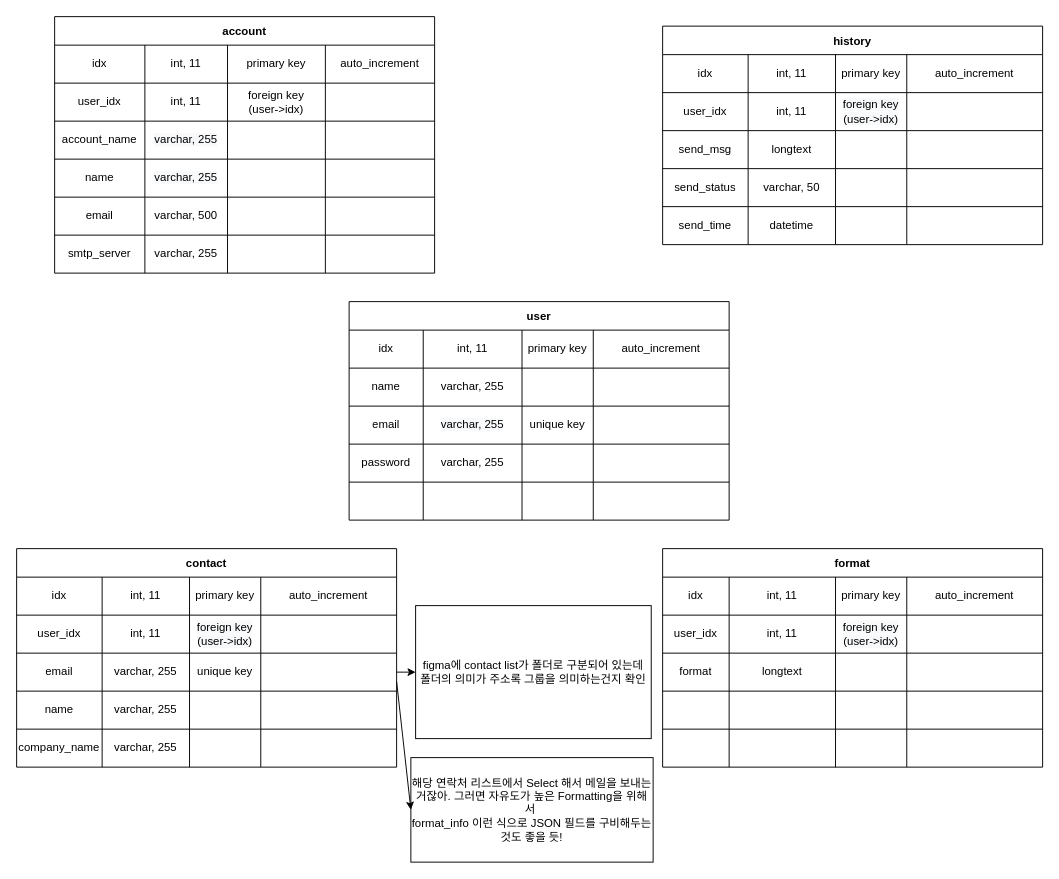
Earlier version of the draw.io diagram mail-sender.drawio (mail-sender/mail_sender_back). Source tidied: cells renumbered, new cells numbered last; positions are measured from the earlier drawing's top-left corner, leaving out a move shared by most shapes. Both pictures are drawn from the tidied source at 95%, with x=0, y=0 at pixel (16, 16).
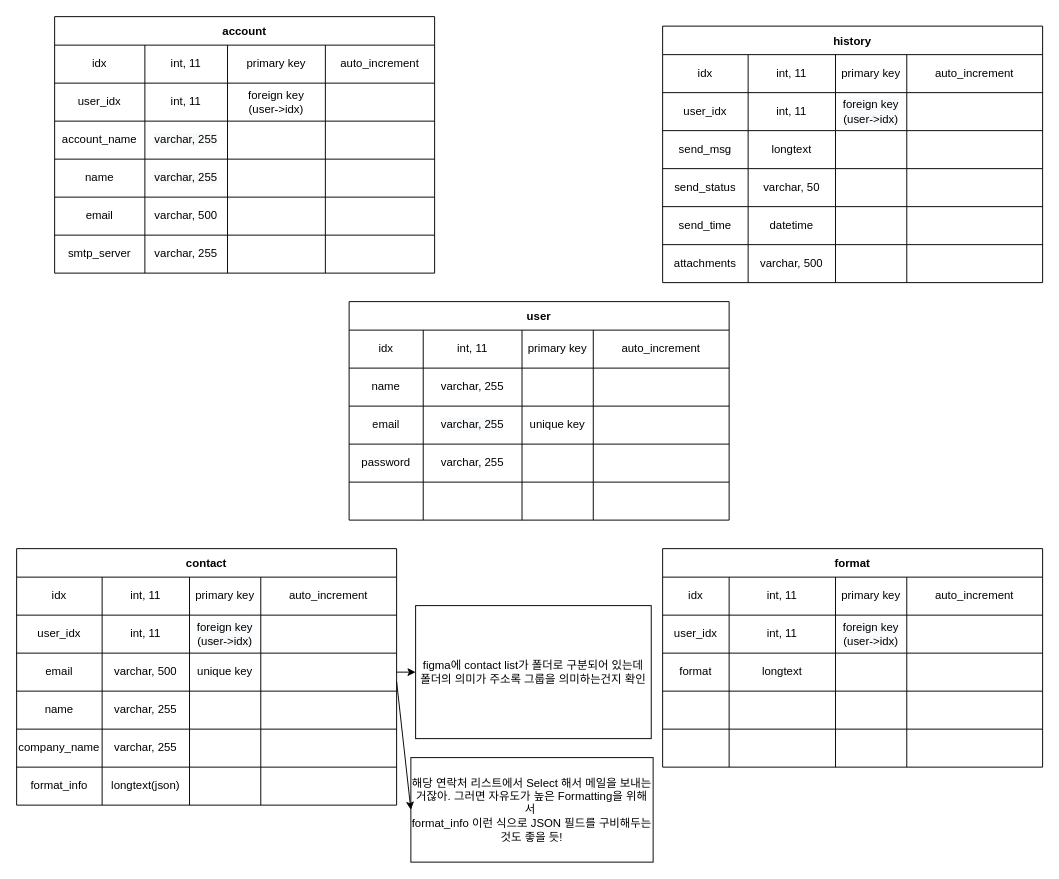
The same diagram, later.

Unchanged cells that the change refers to:
```xml
<mxCell id="123" style="shape=tableRow;horizontal=0;startSize=0;swimlaneHead=0;swimlaneBody=0;top=0;left=0;bottom=0;right=0;fillColor=none;points=[[0,0.5],[1,0.5]];portConstraint=eastwest;" parent="112" vertex="1">
  <mxGeometry y="110" width="400" height="40" as="geometry" />
</mxCell>
```

Diff of the diagram source:
```diff
@@
     <mxCell id="86" value="history" style="shape=table;startSize=30;childLayout=tableLayout;fontStyle=1;align=center;strokeWidth=1;" parent="1" vertex="1">
-      <mxGeometry x="680" y="10" width="400" height="230" as="geometry" />
+      <mxGeometry x="680" y="10" width="400" height="270" as="geometry" />
     </mxCell>
@@
+    <mxCell id="141" style="shape=tableRow;horizontal=0;startSize=0;swimlaneHead=0;swimlaneBody=0;top=0;left=0;bottom=0;right=0;fillColor=none;" parent="86" vertex="1">
+      <mxGeometry y="190" width="400" height="40" as="geometry" />
+    </mxCell>
+    <mxCell id="142" value="send_time" style="shape=partialRectangle;html=1;whiteSpace=wrap;fillColor=none;top=0;left=0;bottom=0;right=0;overflow=hidden;" parent="141" vertex="1">
+      <mxGeometry width="90" height="40" as="geometry" />
+    </mxCell>
+    <mxCell id="143" value="datetime" style="shape=partialRectangle;html=1;whiteSpace=wrap;fillColor=none;top=0;left=0;bottom=0;right=0;overflow=hidden;" parent="141" vertex="1">
+      <mxGeometry x="90" width="92" height="40" as="geometry" />
+    </mxCell>
+    <mxCell id="144" style="shape=partialRectangle;html=1;whiteSpace=wrap;fillColor=none;top=0;left=0;bottom=0;right=0;overflow=hidden;" parent="141" vertex="1">
+      <mxGeometry x="182" width="75" height="40" as="geometry" />
+    </mxCell>
+    <mxCell id="145" style="shape=partialRectangle;html=1;whiteSpace=wrap;fillColor=none;top=0;left=0;bottom=0;right=0;overflow=hidden;" parent="141" vertex="1">
+      <mxGeometry x="257" width="143" height="40" as="geometry" />
+    </mxCell>
     <mxCell id="107" style="shape=tableRow;horizontal=0;startSize=0;swimlaneHead=0;swimlaneBody=0;top=0;left=0;bottom=0;right=0;fillColor=none;" parent="86" vertex="1">
-      <mxGeometry y="190" width="400" height="40" as="geometry" />
+      <mxGeometry y="230" width="400" height="40" as="geometry" />
     </mxCell>
-    <mxCell id="108" value="send_time" style="shape=partialRectangle;html=1;whiteSpace=wrap;fillColor=none;top=0;left=0;bottom=0;right=0;overflow=hidden;" parent="107" vertex="1">
+    <mxCell id="108" value="attachments" style="shape=partialRectangle;html=1;whiteSpace=wrap;fillColor=none;top=0;left=0;bottom=0;right=0;overflow=hidden;" parent="107" vertex="1">
       <mxGeometry width="90" height="40" as="geometry" />
     </mxCell>
-    <mxCell id="109" value="datetime" style="shape=partialRectangle;html=1;whiteSpace=wrap;fillColor=none;top=0;left=0;bottom=0;right=0;overflow=hidden;" parent="107" vertex="1">
+    <mxCell id="109" value="varchar, 500" style="shape=partialRectangle;html=1;whiteSpace=wrap;fillColor=none;top=0;left=0;bottom=0;right=0;overflow=hidden;" parent="107" vertex="1">
       <mxGeometry x="90" width="92" height="40" as="geometry" />
     </mxCell>
@@
     <mxCell id="112" value="contact" style="shape=table;startSize=30;childLayout=tableLayout;fontStyle=1;align=center;" parent="1" vertex="1">
-      <mxGeometry y="560" width="400" height="230" as="geometry" />
+      <mxGeometry y="560" width="400" height="270" as="geometry" />
     </mxCell>
@@
-    <mxCell id="125" value="&lt;span style=&quot;font-family: &amp;#34;helvetica&amp;#34;&quot;&gt;varchar, 255&lt;/span&gt;" style="shape=partialRectangle;html=1;whiteSpace=wrap;fillColor=none;top=0;left=0;bottom=0;right=0;overflow=hidden;" parent="123" vertex="1">
+    <mxCell id="125" value="&lt;span style=&quot;font-family: &amp;#34;helvetica&amp;#34;&quot;&gt;varchar, 500&lt;/span&gt;" style="shape=partialRectangle;html=1;whiteSpace=wrap;fillColor=none;top=0;left=0;bottom=0;right=0;overflow=hidden;" parent="123" vertex="1">
       <mxGeometry x="90" width="92" height="40" as="geometry" />
     </mxCell>
@@
+    <mxCell id="146" style="shape=tableRow;horizontal=0;startSize=0;swimlaneHead=0;swimlaneBody=0;top=0;left=0;bottom=0;right=0;fillColor=none;" parent="112" vertex="1">
+      <mxGeometry y="190" width="400" height="40" as="geometry" />
+    </mxCell>
+    <mxCell id="147" value="&lt;span style=&quot;text-align: left&quot;&gt;company_name&lt;/span&gt;" style="shape=partialRectangle;html=1;whiteSpace=wrap;fillColor=none;top=0;left=0;bottom=0;right=0;overflow=hidden;" parent="146" vertex="1">
+      <mxGeometry width="90" height="40" as="geometry" />
+    </mxCell>
+    <mxCell id="148" value="&lt;span style=&quot;font-family: &amp;#34;helvetica&amp;#34;&quot;&gt;varchar, 255&lt;/span&gt;" style="shape=partialRectangle;html=1;whiteSpace=wrap;fillColor=none;top=0;left=0;bottom=0;right=0;overflow=hidden;" parent="146" vertex="1">
+      <mxGeometry x="90" width="92" height="40" as="geometry" />
+    </mxCell>
+    <mxCell id="149" style="shape=partialRectangle;html=1;whiteSpace=wrap;fillColor=none;top=0;left=0;bottom=0;right=0;overflow=hidden;" parent="146" vertex="1">
+      <mxGeometry x="182" width="75" height="40" as="geometry" />
+    </mxCell>
+    <mxCell id="150" style="shape=partialRectangle;html=1;whiteSpace=wrap;fillColor=none;top=0;left=0;bottom=0;right=0;overflow=hidden;" parent="146" vertex="1">
+      <mxGeometry x="257" width="143" height="40" as="geometry" />
+    </mxCell>
     <mxCell id="133" style="shape=tableRow;horizontal=0;startSize=0;swimlaneHead=0;swimlaneBody=0;top=0;left=0;bottom=0;right=0;fillColor=none;" parent="112" vertex="1">
-      <mxGeometry y="190" width="400" height="40" as="geometry" />
+      <mxGeometry y="230" width="400" height="40" as="geometry" />
     </mxCell>
-    <mxCell id="134" value="&lt;span style=&quot;text-align: left&quot;&gt;company_name&lt;/span&gt;" style="shape=partialRectangle;html=1;whiteSpace=wrap;fillColor=none;top=0;left=0;bottom=0;right=0;overflow=hidden;" parent="133" vertex="1">
+    <mxCell id="134" value="&lt;div style=&quot;text-align: left&quot;&gt;format_info&lt;/div&gt;" style="shape=partialRectangle;html=1;whiteSpace=wrap;fillColor=none;top=0;left=0;bottom=0;right=0;overflow=hidden;" parent="133" vertex="1">
       <mxGeometry width="90" height="40" as="geometry" />
     </mxCell>
-    <mxCell id="135" value="&lt;span style=&quot;font-family: &amp;#34;helvetica&amp;#34;&quot;&gt;varchar, 255&lt;/span&gt;" style="shape=partialRectangle;html=1;whiteSpace=wrap;fillColor=none;top=0;left=0;bottom=0;right=0;overflow=hidden;" parent="133" vertex="1">
+    <mxCell id="135" value="&lt;font face=&quot;helvetica&quot;&gt;longtext(json)&lt;/font&gt;" style="shape=partialRectangle;html=1;whiteSpace=wrap;fillColor=none;top=0;left=0;bottom=0;right=0;overflow=hidden;" parent="133" vertex="1">
       <mxGeometry x="90" width="92" height="40" as="geometry" />
     </mxCell>
```
